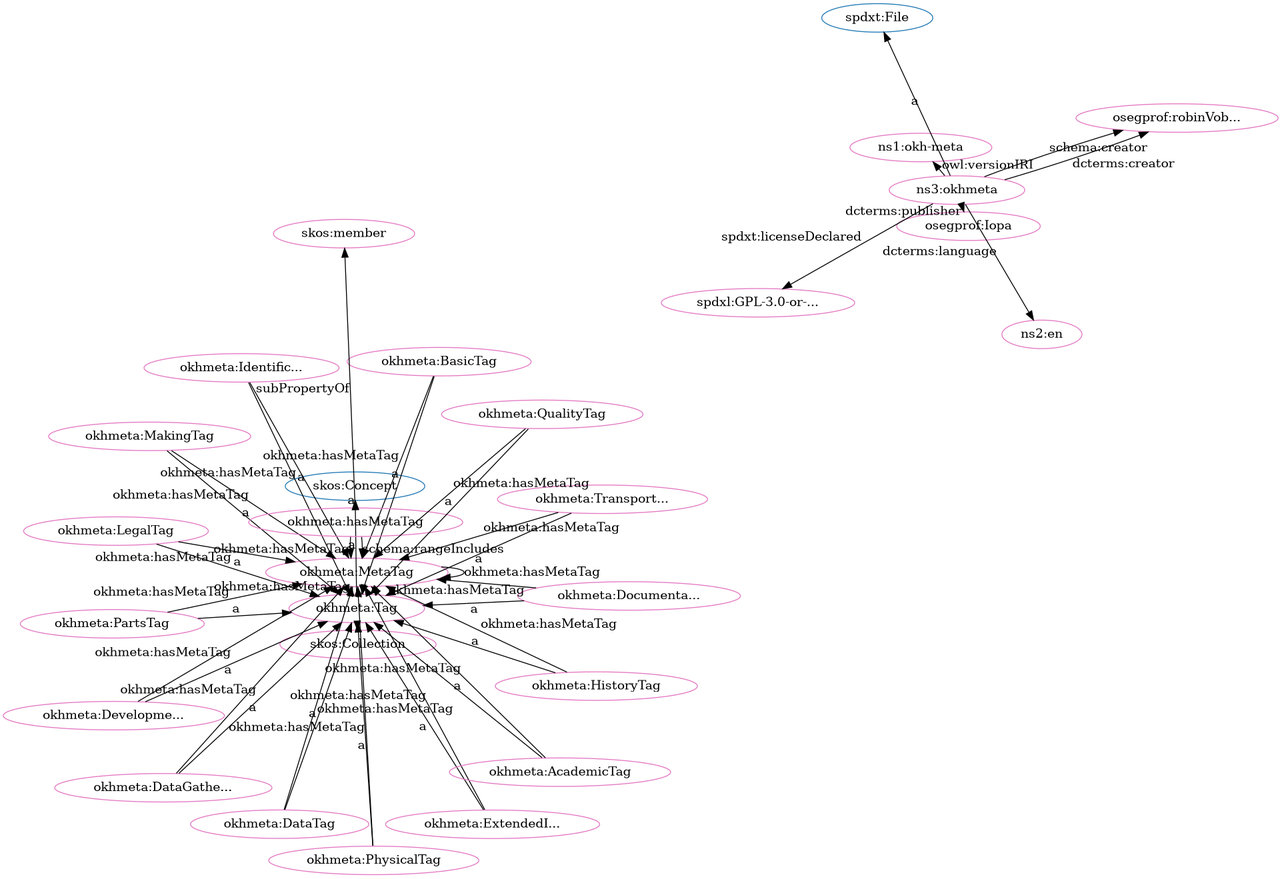
Above: src/spec/dot_okh-meta-clean.png in iop-alliance/OpenKnowHow (Graphviz), before the change. Its source is kept beside it as src/spec/dot_okh-meta-clean.dot.
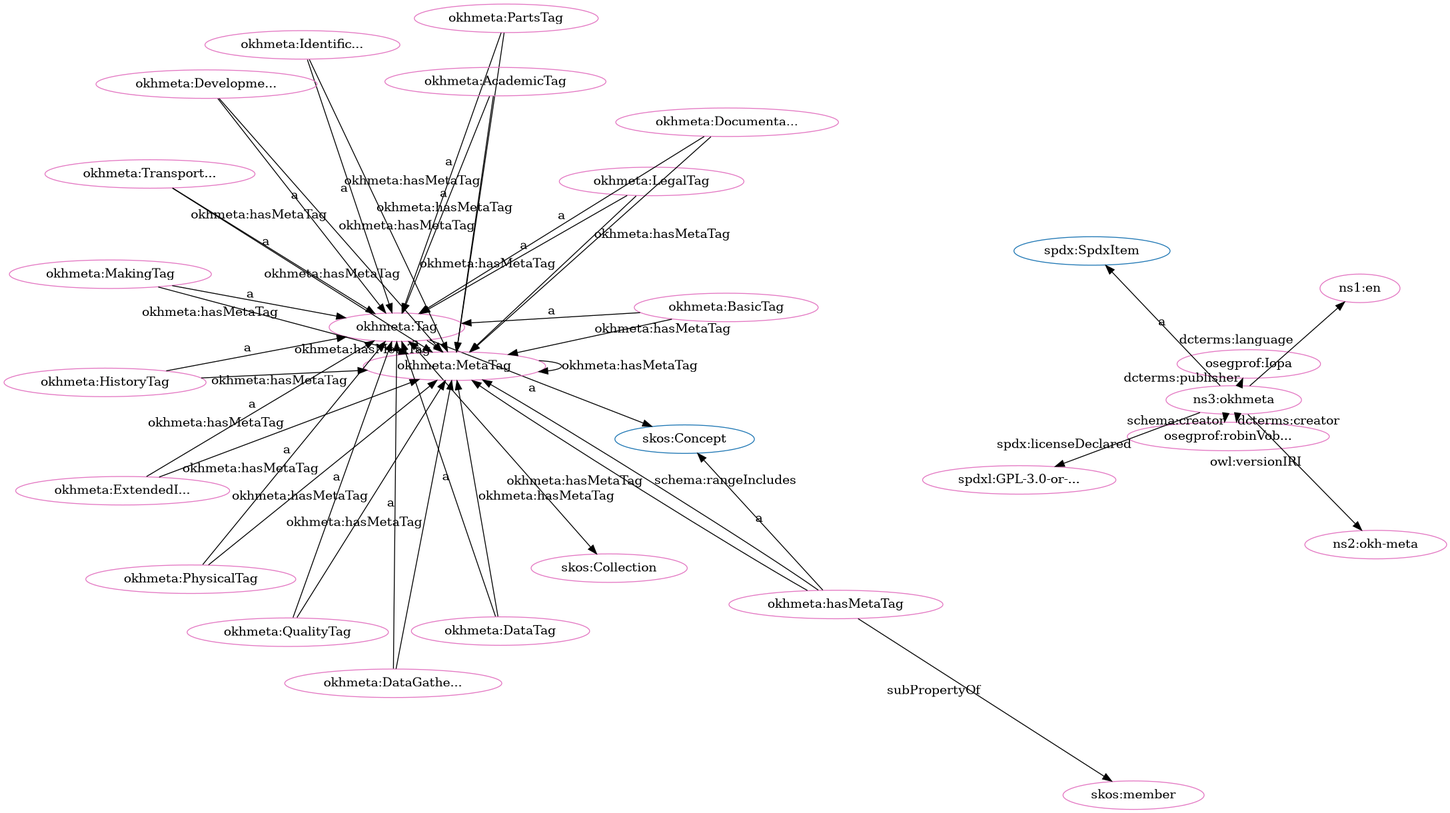
After the commit.

What changed in the source:
```diff
@@ -2,80 +2,80 @@
   rankdir=BT
   node[height=.3]
 "http://www.w3.org/2004/02/skos/core#Collection" [fillcolor="#1f77b4" color="#1f77b4" label="skos:Collection"]
-"https://w3id.org/oseg/ont/okhmeta#MetaTag" [fillcolor="#1f77b4" color="#1f77b4" label="okhmeta:MetaTag"]
-"https://w3id.org/oseg/ont/okhmeta#Tag" [fillcolor="#1f77b4" color="#1f77b4" label="okhmeta:Tag"]
+"http://spdx.org/rdf/terms#SpdxItem" [fillcolor="#1f77b4" color="#1f77b4" label="spdx:SpdxItem"]
+"http://w3id.org/oseg/ont/okhmeta#Tag" [fillcolor="#1f77b4" color="#1f77b4" label="okhmeta:Tag"]
 "http://www.w3.org/2004/02/skos/core#Concept" [fillcolor="#1f77b4" color="#1f77b4" label="skos:Concept"]
-"http://spdx.org/rdf/terms#File" [fillcolor="#1f77b4" color="#1f77b4" label="spdxt:File"]
-"https://w3id.org/oseg/ont/okhmeta#MetaTag" [fillcolor="#e377c2" color="#e377c2" label="okhmeta:MetaTag"]
-"https://w3id.org/oseg/ont/okhmeta#BasicTag" [fillcolor="#e377c2" color="#e377c2" label="okhmeta:BasicTag"]
-"https://w3id.org/oseg/ont/oseg-profiles#robinVobruba" [fillcolor="#e377c2" color="#e377c2" label="osegprof:robinVob..."]
-"https://w3id.org/oseg/ont/okhmeta#IdentificationTag" [fillcolor="#e377c2" color="#e377c2" label="okhmeta:Identific..."]
-"https://w3id.org/oseg/ont/okhmeta#MakingTag" [fillcolor="#e377c2" color="#e377c2" label="okhmeta:MakingTag"]
-"https://w3id.org/oseg/ont/okhmeta#HistoryTag" [fillcolor="#e377c2" color="#e377c2" label="okhmeta:HistoryTag"]
-"https://w3id.org/oseg/ont/okhmeta#hasMetaTag" [fillcolor="#e377c2" color="#e377c2" label="okhmeta:hasMetaTag"]
-"https://w3id.org/oseg/ont/okhmeta#PartsTag" [fillcolor="#e377c2" color="#e377c2" label="okhmeta:PartsTag"]
-"https://w3id.org/oseg/ont/okhmeta#DocumentationTag" [fillcolor="#e377c2" color="#e377c2" label="okhmeta:Documenta..."]
-"https://w3id.org/oseg/ont/okhmeta#DataTag" [fillcolor="#e377c2" color="#e377c2" label="okhmeta:DataTag"]
-"https://w3id.org/oseg/ont/oseg-profiles#Iopa" [fillcolor="#e377c2" color="#e377c2" label="osegprof:Iopa"]
-"https://w3id.org/oseg/ont/1.1.0/okh-meta" [fillcolor="#e377c2" color="#e377c2" label="ns1:okh-meta"]
-"https://w3id.org/oseg/ont/okhmeta#ExtendedInfoTag" [fillcolor="#e377c2" color="#e377c2" label="okhmeta:ExtendedI..."]
-"http://id.loc.gov/vocabulary/iso639-1/en" [fillcolor="#e377c2" color="#e377c2" label="ns2:en"]
+"http://w3id.org/oseg/ont/okhmeta#MetaTag" [fillcolor="#1f77b4" color="#1f77b4" label="okhmeta:MetaTag"]
+"http://www.w3.org/2004/02/skos/core#member" [fillcolor="#e377c2" color="#e377c2" label="skos:member"]
+"http://w3id.org/oseg/ont/okhmeta#MetaTag" [fillcolor="#e377c2" color="#e377c2" label="okhmeta:MetaTag"]
+"http://id.loc.gov/vocabulary/iso639-1/en" [fillcolor="#e377c2" color="#e377c2" label="ns1:en"]
+"http://w3id.org/oseg/ont/oseg-profiles#robinVobruba" [fillcolor="#e377c2" color="#e377c2" label="osegprof:robinVob..."]
+"http://w3id.org/oseg/ont/okhmeta#HistoryTag" [fillcolor="#e377c2" color="#e377c2" label="okhmeta:HistoryTag"]
 "http://www.w3.org/2004/02/skos/core#Collection" [fillcolor="#e377c2" color="#e377c2" label="skos:Collection"]
-"https://w3id.org/oseg/ont/okhmeta" [fillcolor="#e377c2" color="#e377c2" label="ns3:okhmeta"]
-"https://w3id.org/oseg/ont/okhmeta#LegalTag" [fillcolor="#e377c2" color="#e377c2" label="okhmeta:LegalTag"]
-"https://w3id.org/oseg/ont/okhmeta#Tag" [fillcolor="#e377c2" color="#e377c2" label="okhmeta:Tag"]
-"https://w3id.org/oseg/ont/okhmeta#DevelopmentTag" [fillcolor="#e377c2" color="#e377c2" label="okhmeta:Developme..."]
-"https://w3id.org/oseg/ont/okhmeta#PhysicalTag" [fillcolor="#e377c2" color="#e377c2" label="okhmeta:PhysicalTag"]
-"https://w3id.org/oseg/ont/okhmeta#AcademicTag" [fillcolor="#e377c2" color="#e377c2" label="okhmeta:AcademicTag"]
-"https://w3id.org/oseg/ont/okhmeta#TransportationTag" [fillcolor="#e377c2" color="#e377c2" label="okhmeta:Transport..."]
-"https://spdx.org/licenses/GPL-3.0-or-later" [fillcolor="#e377c2" color="#e377c2" label="spdxl:GPL-3.0-or-..."]
-"https://w3id.org/oseg/ont/okhmeta#DataGatheringTag" [fillcolor="#e377c2" color="#e377c2" label="okhmeta:DataGathe..."]
-"http://www.w3.org/2004/02/skos/core#member" [fillcolor="#e377c2" color="#e377c2" label="skos:member"]
-"https://w3id.org/oseg/ont/okhmeta#QualityTag" [fillcolor="#e377c2" color="#e377c2" label="okhmeta:QualityTag"]
-  "https://w3id.org/oseg/ont/okhmeta#Tag" -> "https://w3id.org/oseg/ont/okhmeta#MetaTag" [label="okhmeta:hasMetaTag"]
-  "https://w3id.org/oseg/ont/okhmeta#BasicTag" -> "https://w3id.org/oseg/ont/okhmeta#Tag" [label="a"]
-  "https://w3id.org/oseg/ont/okhmeta" -> "https://w3id.org/oseg/ont/oseg-profiles#robinVobruba" [label="schema:creator"]
-  "https://w3id.org/oseg/ont/okhmeta#DevelopmentTag" -> "https://w3id.org/oseg/ont/okhmeta#MetaTag" [label="okhmeta:hasMetaTag"]
-  "https://w3id.org/oseg/ont/okhmeta#MakingTag" -> "https://w3id.org/oseg/ont/okhmeta#Tag" [label="a"]
-  "https://w3id.org/oseg/ont/okhmeta#PhysicalTag" -> "https://w3id.org/oseg/ont/okhmeta#MetaTag" [label="okhmeta:hasMetaTag"]
-  "https://w3id.org/oseg/ont/okhmeta#HistoryTag" -> "https://w3id.org/oseg/ont/okhmeta#Tag" [label="a"]
-  "https://w3id.org/oseg/ont/okhmeta#DocumentationTag" -> "https://w3id.org/oseg/ont/okhmeta#Tag" [label="a"]
-  "https://w3id.org/oseg/ont/okhmeta#MakingTag" -> "https://w3id.org/oseg/ont/okhmeta#MetaTag" [label="okhmeta:hasMetaTag"]
-  "https://w3id.org/oseg/ont/okhmeta#DataTag" -> "https://w3id.org/oseg/ont/okhmeta#Tag" [label="a"]
-  "https://w3id.org/oseg/ont/okhmeta#ExtendedInfoTag" -> "https://w3id.org/oseg/ont/okhmeta#Tag" [label="a"]
-  "https://w3id.org/oseg/ont/okhmeta" -> "http://id.loc.gov/vocabulary/iso639-1/en" [label="dcterms:language"]
-  "https://w3id.org/oseg/ont/okhmeta" -> "http://spdx.org/rdf/terms#File" [label="a"]
-  "https://w3id.org/oseg/ont/okhmeta#DevelopmentTag" -> "https://w3id.org/oseg/ont/okhmeta#Tag" [label="a"]
-  "https://w3id.org/oseg/ont/okhmeta#LegalTag" -> "https://w3id.org/oseg/ont/okhmeta#MetaTag" [label="okhmeta:hasMetaTag"]
-  "https://w3id.org/oseg/ont/okhmeta#PhysicalTag" -> "https://w3id.org/oseg/ont/okhmeta#Tag" [label="a"]
-  "https://w3id.org/oseg/ont/okhmeta#ExtendedInfoTag" -> "https://w3id.org/oseg/ont/okhmeta#MetaTag" [label="okhmeta:hasMetaTag"]
-  "https://w3id.org/oseg/ont/okhmeta#TransportationTag" -> "https://w3id.org/oseg/ont/okhmeta#Tag" [label="a"]
-  "https://w3id.org/oseg/ont/okhmeta#IdentificationTag" -> "https://w3id.org/oseg/ont/okhmeta#MetaTag" [label="okhmeta:hasMetaTag"]
-  "https://w3id.org/oseg/ont/okhmeta#PartsTag" -> "https://w3id.org/oseg/ont/okhmeta#MetaTag" [label="okhmeta:hasMetaTag"]
-  "https://w3id.org/oseg/ont/okhmeta#hasMetaTag" -> "http://www.w3.org/2004/02/skos/core#member" [label="subPropertyOf"]
-  "https://w3id.org/oseg/ont/okhmeta" -> "https://w3id.org/oseg/ont/oseg-profiles#robinVobruba" [label="dcterms:creator"]
-  "https://w3id.org/oseg/ont/okhmeta#MetaTag" -> "https://w3id.org/oseg/ont/okhmeta#MetaTag" [label="okhmeta:hasMetaTag"]
-  "https://w3id.org/oseg/ont/okhmeta#QualityTag" -> "https://w3id.org/oseg/ont/okhmeta#MetaTag" [label="okhmeta:hasMetaTag"]
-  "https://w3id.org/oseg/ont/okhmeta#IdentificationTag" -> "https://w3id.org/oseg/ont/okhmeta#Tag" [label="a"]
-  "https://w3id.org/oseg/ont/okhmeta#hasMetaTag" -> "https://w3id.org/oseg/ont/okhmeta#MetaTag" [label="schema:rangeIncludes"]
-  "https://w3id.org/oseg/ont/okhmeta#PartsTag" -> "https://w3id.org/oseg/ont/okhmeta#Tag" [label="a"]
-  "https://w3id.org/oseg/ont/okhmeta#MetaTag" -> "https://w3id.org/oseg/ont/okhmeta#Tag" [label="a"]
-  "https://w3id.org/oseg/ont/okhmeta#AcademicTag" -> "https://w3id.org/oseg/ont/okhmeta#MetaTag" [label="okhmeta:hasMetaTag"]
-  "https://w3id.org/oseg/ont/okhmeta#HistoryTag" -> "https://w3id.org/oseg/ont/okhmeta#MetaTag" [label="okhmeta:hasMetaTag"]
-  "https://w3id.org/oseg/ont/okhmeta" -> "https://w3id.org/oseg/ont/oseg-profiles#Iopa" [label="dcterms:publisher"]
-  "https://w3id.org/oseg/ont/okhmeta" -> "https://w3id.org/oseg/ont/1.1.0/okh-meta" [label="owl:versionIRI"]
-  "https://w3id.org/oseg/ont/okhmeta#hasMetaTag" -> "http://www.w3.org/2004/02/skos/core#Concept" [label="a"]
-  "https://w3id.org/oseg/ont/okhmeta#Tag" -> "http://www.w3.org/2004/02/skos/core#Collection" [label=""]
-  "https://w3id.org/oseg/ont/okhmeta#DataGatheringTag" -> "https://w3id.org/oseg/ont/okhmeta#MetaTag" [label="okhmeta:hasMetaTag"]
-  "https://w3id.org/oseg/ont/okhmeta#LegalTag" -> "https://w3id.org/oseg/ont/okhmeta#Tag" [label="a"]
-  "https://w3id.org/oseg/ont/okhmeta#Tag" -> "http://www.w3.org/2004/02/skos/core#Concept" [label="a"]
-  "https://w3id.org/oseg/ont/okhmeta#BasicTag" -> "https://w3id.org/oseg/ont/okhmeta#MetaTag" [label="okhmeta:hasMetaTag"]
-  "https://w3id.org/oseg/ont/okhmeta#AcademicTag" -> "https://w3id.org/oseg/ont/okhmeta#Tag" [label="a"]
-  "https://w3id.org/oseg/ont/okhmeta" -> "https://spdx.org/licenses/GPL-3.0-or-later" [label="spdxt:licenseDeclared"]
-  "https://w3id.org/oseg/ont/okhmeta#DataGatheringTag" -> "https://w3id.org/oseg/ont/okhmeta#Tag" [label="a"]
-  "https://w3id.org/oseg/ont/okhmeta#DocumentationTag" -> "https://w3id.org/oseg/ont/okhmeta#MetaTag" [label="okhmeta:hasMetaTag"]
-  "https://w3id.org/oseg/ont/okhmeta#TransportationTag" -> "https://w3id.org/oseg/ont/okhmeta#MetaTag" [label="okhmeta:hasMetaTag"]
-  "https://w3id.org/oseg/ont/okhmeta#DataTag" -> "https://w3id.org/oseg/ont/okhmeta#MetaTag" [label="okhmeta:hasMetaTag"]
-  "https://w3id.org/oseg/ont/okhmeta#QualityTag" -> "https://w3id.org/oseg/ont/okhmeta#Tag" [label="a"]
-  "https://w3id.org/oseg/ont/okhmeta#hasMetaTag" -> "https://w3id.org/oseg/ont/okhmeta#MetaTag" [label="okhmeta:hasMetaTag"]
+"http://w3id.org/oseg/ont/okhmeta#PhysicalTag" [fillcolor="#e377c2" color="#e377c2" label="okhmeta:PhysicalTag"]
+"http://w3id.org/oseg/ont/okhmeta#LegalTag" [fillcolor="#e377c2" color="#e377c2" label="okhmeta:LegalTag"]
+"http://w3id.org/oseg/ont/okhmeta#ExtendedInfoTag" [fillcolor="#e377c2" color="#e377c2" label="okhmeta:ExtendedI..."]
+"http://w3id.org/oseg/ont/okhmeta#BasicTag" [fillcolor="#e377c2" color="#e377c2" label="okhmeta:BasicTag"]
+"http://w3id.org/oseg/ont/okhmeta#QualityTag" [fillcolor="#e377c2" color="#e377c2" label="okhmeta:QualityTag"]
+"http://w3id.org/oseg/ont/okhmeta#PartsTag" [fillcolor="#e377c2" color="#e377c2" label="okhmeta:PartsTag"]
+"http://w3id.org/oseg/ont/oseg-profiles#Iopa" [fillcolor="#e377c2" color="#e377c2" label="osegprof:Iopa"]
+"http://w3id.org/oseg/ont/okhmeta#hasMetaTag" [fillcolor="#e377c2" color="#e377c2" label="okhmeta:hasMetaTag"]
+"http://w3id.org/oseg/ont/okhmeta#IdentificationTag" [fillcolor="#e377c2" color="#e377c2" label="okhmeta:Identific..."]
+"http://w3id.org/oseg/ont/1.1.0/okh-meta" [fillcolor="#e377c2" color="#e377c2" label="ns2:okh-meta"]
+"http://w3id.org/oseg/ont/okhmeta" [fillcolor="#e377c2" color="#e377c2" label="ns3:okhmeta"]
+"http://w3id.org/oseg/ont/okhmeta#TransportationTag" [fillcolor="#e377c2" color="#e377c2" label="okhmeta:Transport..."]
+"http://w3id.org/oseg/ont/okhmeta#DataGatheringTag" [fillcolor="#e377c2" color="#e377c2" label="okhmeta:DataGathe..."]
+"http://w3id.org/oseg/ont/okhmeta#DevelopmentTag" [fillcolor="#e377c2" color="#e377c2" label="okhmeta:Developme..."]
+"http://w3id.org/oseg/ont/okhmeta#AcademicTag" [fillcolor="#e377c2" color="#e377c2" label="okhmeta:AcademicTag"]
+"http://w3id.org/oseg/ont/okhmeta#DataTag" [fillcolor="#e377c2" color="#e377c2" label="okhmeta:DataTag"]
+"http://w3id.org/oseg/ont/okhmeta#DocumentationTag" [fillcolor="#e377c2" color="#e377c2" label="okhmeta:Documenta..."]
+"http://w3id.org/oseg/ont/okhmeta#MakingTag" [fillcolor="#e377c2" color="#e377c2" label="okhmeta:MakingTag"]
+"http://spdx.org/licenses/GPL-3.0-or-later" [fillcolor="#e377c2" color="#e377c2" label="spdxl:GPL-3.0-or-..."]
+"http://w3id.org/oseg/ont/okhmeta#Tag" [fillcolor="#e377c2" color="#e377c2" label="okhmeta:Tag"]
+  "http://w3id.org/oseg/ont/okhmeta#hasMetaTag" -> "http://www.w3.org/2004/02/skos/core#member" [label="subPropertyOf"]
+  "http://w3id.org/oseg/ont/okhmeta#MakingTag" -> "http://w3id.org/oseg/ont/okhmeta#MetaTag" [label="okhmeta:hasMetaTag"]
+  "http://w3id.org/oseg/ont/okhmeta" -> "http://id.loc.gov/vocabulary/iso639-1/en" [label="dcterms:language"]
+  "http://w3id.org/oseg/ont/okhmeta#hasMetaTag" -> "http://w3id.org/oseg/ont/okhmeta#MetaTag" [label="okhmeta:hasMetaTag"]
+  "http://w3id.org/oseg/ont/okhmeta#Tag" -> "http://w3id.org/oseg/ont/okhmeta#MetaTag" [label="okhmeta:hasMetaTag"]
+  "http://w3id.org/oseg/ont/okhmeta#HistoryTag" -> "http://w3id.org/oseg/ont/okhmeta#Tag" [label="a"]
+  "http://w3id.org/oseg/ont/okhmeta#TransportationTag" -> "http://w3id.org/oseg/ont/okhmeta#MetaTag" [label="okhmeta:hasMetaTag"]
+  "http://w3id.org/oseg/ont/okhmeta#PhysicalTag" -> "http://w3id.org/oseg/ont/okhmeta#Tag" [label="a"]
+  "http://w3id.org/oseg/ont/okhmeta#DataGatheringTag" -> "http://w3id.org/oseg/ont/okhmeta#MetaTag" [label="okhmeta:hasMetaTag"]
+  "http://w3id.org/oseg/ont/okhmeta#ExtendedInfoTag" -> "http://w3id.org/oseg/ont/okhmeta#MetaTag" [label="okhmeta:hasMetaTag"]
+  "http://w3id.org/oseg/ont/okhmeta#BasicTag" -> "http://w3id.org/oseg/ont/okhmeta#Tag" [label="a"]
+  "http://w3id.org/oseg/ont/okhmeta#PartsTag" -> "http://w3id.org/oseg/ont/okhmeta#Tag" [label="a"]
+  "http://w3id.org/oseg/ont/okhmeta#MetaTag" -> "http://w3id.org/oseg/ont/okhmeta#Tag" [label="a"]
+  "http://w3id.org/oseg/ont/okhmeta#hasMetaTag" -> "http://www.w3.org/2004/02/skos/core#Concept" [label="a"]
+  "http://w3id.org/oseg/ont/okhmeta#IdentificationTag" -> "http://w3id.org/oseg/ont/okhmeta#Tag" [label="a"]
+  "http://w3id.org/oseg/ont/okhmeta#QualityTag" -> "http://w3id.org/oseg/ont/okhmeta#MetaTag" [label="okhmeta:hasMetaTag"]
+  "http://w3id.org/oseg/ont/okhmeta#TransportationTag" -> "http://w3id.org/oseg/ont/okhmeta#Tag" [label="a"]
+  "http://w3id.org/oseg/ont/okhmeta#DataGatheringTag" -> "http://w3id.org/oseg/ont/okhmeta#Tag" [label="a"]
+  "http://w3id.org/oseg/ont/okhmeta#DevelopmentTag" -> "http://w3id.org/oseg/ont/okhmeta#Tag" [label="a"]
+  "http://w3id.org/oseg/ont/okhmeta#AcademicTag" -> "http://w3id.org/oseg/ont/okhmeta#MetaTag" [label="okhmeta:hasMetaTag"]
+  "http://w3id.org/oseg/ont/okhmeta" -> "http://spdx.org/rdf/terms#SpdxItem" [label="a"]
+  "http://w3id.org/oseg/ont/okhmeta#DataTag" -> "http://w3id.org/oseg/ont/okhmeta#Tag" [label="a"]
+  "http://w3id.org/oseg/ont/okhmeta#DocumentationTag" -> "http://w3id.org/oseg/ont/okhmeta#Tag" [label="a"]
+  "http://w3id.org/oseg/ont/okhmeta#MakingTag" -> "http://w3id.org/oseg/ont/okhmeta#Tag" [label="a"]
+  "http://w3id.org/oseg/ont/okhmeta" -> "http://spdx.org/licenses/GPL-3.0-or-later" [label="spdx:licenseDeclared"]
+  "http://w3id.org/oseg/ont/okhmeta#MetaTag" -> "http://w3id.org/oseg/ont/okhmeta#MetaTag" [label="okhmeta:hasMetaTag"]
+  "http://w3id.org/oseg/ont/okhmeta#Tag" -> "http://www.w3.org/2004/02/skos/core#Concept" [label="a"]
+  "http://w3id.org/oseg/ont/okhmeta#IdentificationTag" -> "http://w3id.org/oseg/ont/okhmeta#MetaTag" [label="okhmeta:hasMetaTag"]
+  "http://w3id.org/oseg/ont/okhmeta" -> "http://w3id.org/oseg/ont/oseg-profiles#robinVobruba" [label="dcterms:creator"]
+  "http://w3id.org/oseg/ont/okhmeta#LegalTag" -> "http://w3id.org/oseg/ont/okhmeta#Tag" [label="a"]
+  "http://w3id.org/oseg/ont/okhmeta#ExtendedInfoTag" -> "http://w3id.org/oseg/ont/okhmeta#Tag" [label="a"]
+  "http://w3id.org/oseg/ont/okhmeta#QualityTag" -> "http://w3id.org/oseg/ont/okhmeta#Tag" [label="a"]
+  "http://w3id.org/oseg/ont/okhmeta#DataTag" -> "http://w3id.org/oseg/ont/okhmeta#MetaTag" [label="okhmeta:hasMetaTag"]
+  "http://w3id.org/oseg/ont/okhmeta" -> "http://w3id.org/oseg/ont/oseg-profiles#Iopa" [label="dcterms:publisher"]
+  "http://w3id.org/oseg/ont/okhmeta" -> "http://w3id.org/oseg/ont/1.1.0/okh-meta" [label="owl:versionIRI"]
+  "http://w3id.org/oseg/ont/okhmeta#PartsTag" -> "http://w3id.org/oseg/ont/okhmeta#MetaTag" [label="okhmeta:hasMetaTag"]
+  "http://w3id.org/oseg/ont/okhmeta#hasMetaTag" -> "http://w3id.org/oseg/ont/okhmeta#MetaTag" [label="schema:rangeIncludes"]
+  "http://w3id.org/oseg/ont/okhmeta#DevelopmentTag" -> "http://w3id.org/oseg/ont/okhmeta#MetaTag" [label="okhmeta:hasMetaTag"]
+  "http://w3id.org/oseg/ont/okhmeta#AcademicTag" -> "http://w3id.org/oseg/ont/okhmeta#Tag" [label="a"]
+  "http://w3id.org/oseg/ont/okhmeta#HistoryTag" -> "http://w3id.org/oseg/ont/okhmeta#MetaTag" [label="okhmeta:hasMetaTag"]
+  "http://w3id.org/oseg/ont/okhmeta#PhysicalTag" -> "http://w3id.org/oseg/ont/okhmeta#MetaTag" [label="okhmeta:hasMetaTag"]
+  "http://w3id.org/oseg/ont/okhmeta#LegalTag" -> "http://w3id.org/oseg/ont/okhmeta#MetaTag" [label="okhmeta:hasMetaTag"]
+  "http://w3id.org/oseg/ont/okhmeta" -> "http://w3id.org/oseg/ont/oseg-profiles#robinVobruba" [label="schema:creator"]
+  "http://w3id.org/oseg/ont/okhmeta#DocumentationTag" -> "http://w3id.org/oseg/ont/okhmeta#MetaTag" [label="okhmeta:hasMetaTag"]
+  "http://w3id.org/oseg/ont/okhmeta#BasicTag" -> "http://w3id.org/oseg/ont/okhmeta#MetaTag" [label="okhmeta:hasMetaTag"]
+  "http://w3id.org/oseg/ont/okhmeta#Tag" -> "http://www.w3.org/2004/02/skos/core#Collection" [label=""]
 }
```
